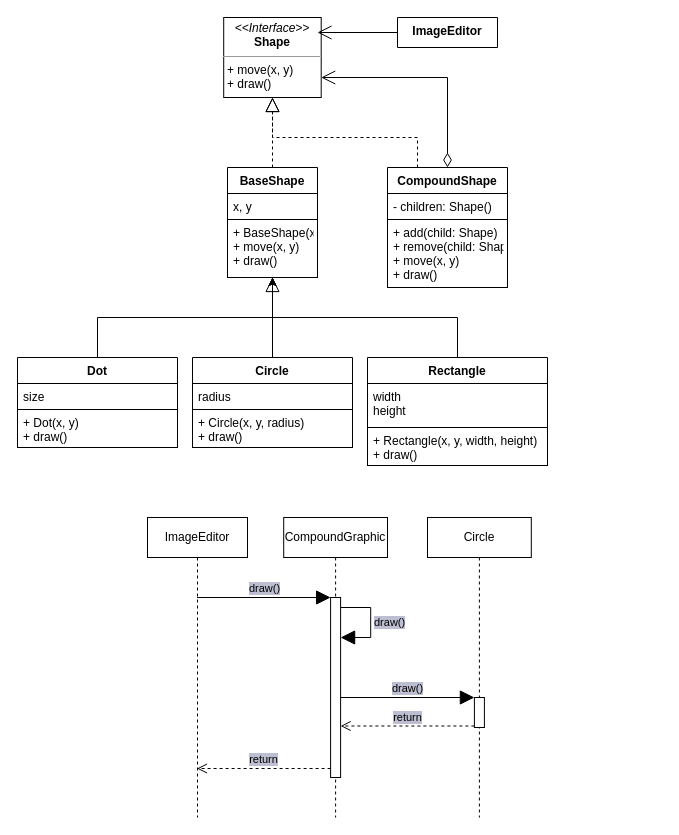
Above: page "Composite" (8 of 12) of patrones_creacionales/Diagrama sin título.drawio in estebansalas18/Patrones-GoF (draw.io), before the change. Source tidied: cells renumbered, new cells numbered last; positions are measured from the earlier drawing's top-left corner, leaving out a move shared by most shapes. Both pictures are drawn from the tidied source at 100%, with x=0, y=0 at pixel (17, 17).
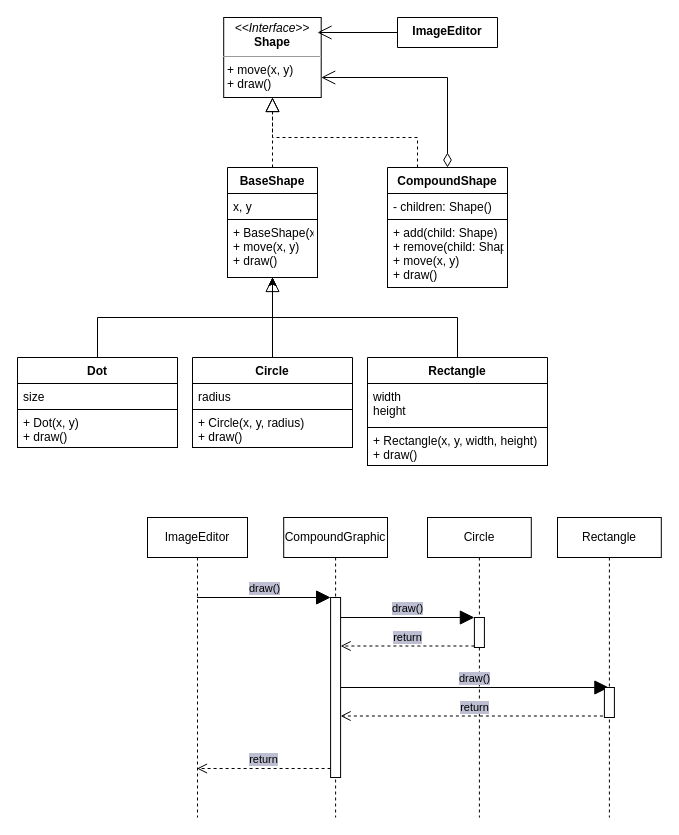
The same page after the edit.

Unchanged cells that the change refers to:
```xml
<mxCell id="19" value="CompoundGraphic" style="shape=umlLifeline;perimeter=lifelinePerimeter;whiteSpace=wrap;html=1;rounded=0;shadow=0;labelBackgroundColor=none;sketch=0;fillStyle=auto;fontColor=#000000;strokeColor=#000000;strokeWidth=1;fillColor=#FFFFFF;gradientColor=none;" parent="1" vertex="1">
  <mxGeometry x="266.2" y="500" width="103.8" height="300" as="geometry" />
</mxCell>
<mxCell id="20" style="html=1;points=[];perimeter=orthogonalPerimeter;rounded=0;shadow=0;labelBackgroundColor=none;sketch=0;fillStyle=auto;fontColor=#000000;strokeColor=#000000;strokeWidth=1;fillColor=#FFFFFF;gradientColor=none;" parent="19" vertex="1">
  <mxGeometry x="46.9" y="80" width="10" height="180" as="geometry" />
</mxCell>
<mxCell id="22" value="Circle" style="shape=umlLifeline;perimeter=lifelinePerimeter;whiteSpace=wrap;html=1;rounded=0;shadow=0;labelBackgroundColor=none;sketch=0;fillStyle=auto;fontColor=#000000;strokeColor=#000000;strokeWidth=1;fillColor=#FFFFFF;gradientColor=none;" parent="1" vertex="1">
  <mxGeometry x="410" y="500" width="103.8" height="300" as="geometry" />
</mxCell>
```

Diff of the diagram source:
```diff
@@
-    <mxCell id="21" value="draw()" style="edgeStyle=orthogonalEdgeStyle;html=1;align=left;spacingLeft=2;endArrow=block;rounded=0;labelBackgroundColor=#BEBED3;fontColor=#000000;startSize=12;endSize=12;strokeColor=#000000;strokeWidth=1;fillColor=#FFFFFF;jumpSize=10;" parent="19" edge="1" target="20">
-      <mxGeometry relative="1" as="geometry">
-        <mxPoint x="56.9" y="90" as="sourcePoint" />
-        <Array as="points">
-          <mxPoint x="87" y="90" />
-          <mxPoint x="87" y="120" />
-        </Array>
-      </mxGeometry>
-    </mxCell>
@@
     <mxCell id="23" style="html=1;points=[];perimeter=orthogonalPerimeter;rounded=0;shadow=0;labelBackgroundColor=none;sketch=0;fillStyle=auto;fontColor=#000000;strokeColor=#000000;strokeWidth=1;fillColor=#FFFFFF;gradientColor=none;" parent="22" vertex="1">
-      <mxGeometry x="46.9" y="180" width="10" height="30" as="geometry" />
+      <mxGeometry x="46.9" y="100" width="10" height="30" as="geometry" />
     </mxCell>
+    <mxCell id="21" value="draw()" style="html=1;verticalAlign=bottom;endArrow=block;rounded=0;labelBackgroundColor=#BEBED3;fontColor=#000000;startSize=12;endSize=12;strokeColor=#000000;strokeWidth=1;fillColor=#FFFFFF;jumpSize=10;" parent="22" edge="1" target="37">
+      <mxGeometry relative="1" as="geometry">
+        <mxPoint x="-86.9" y="170" as="sourcePoint" />
+      </mxGeometry>
+    </mxCell>
+    <mxCell id="36" value="return" style="html=1;verticalAlign=bottom;endArrow=open;dashed=1;endSize=8;rounded=0;labelBackgroundColor=#BEBED3;fontColor=#000000;strokeColor=#000000;strokeWidth=1;fillColor=#FFFFFF;jumpSize=10;" parent="22" edge="1" source="37">
+      <mxGeometry relative="1" as="geometry">
+        <mxPoint x="-86.9" y="198.5" as="targetPoint" />
+      </mxGeometry>
+    </mxCell>
@@
+    <mxCell id="37" value="Rectangle" style="shape=umlLifeline;perimeter=lifelinePerimeter;whiteSpace=wrap;html=1;outlineConnect=0;rounded=0;shadow=0;labelBackgroundColor=none;sketch=0;fillStyle=auto;fontColor=#000000;strokeColor=#000000;strokeWidth=1;fillColor=#FFFFFF;gradientColor=none;" parent="1" vertex="1">
+      <mxGeometry x="540" y="500" width="103.8" height="300" as="geometry" />
+    </mxCell>
+    <mxCell id="38" style="html=1;perimeter=orthogonalPerimeter;rounded=0;shadow=0;labelBackgroundColor=none;sketch=0;fillStyle=auto;fontColor=#000000;strokeColor=#000000;strokeWidth=1;fillColor=#FFFFFF;gradientColor=none;" parent="37" vertex="1">
+      <mxGeometry x="46.9" y="170" width="10" height="30" as="geometry" />
+    </mxCell>
```
